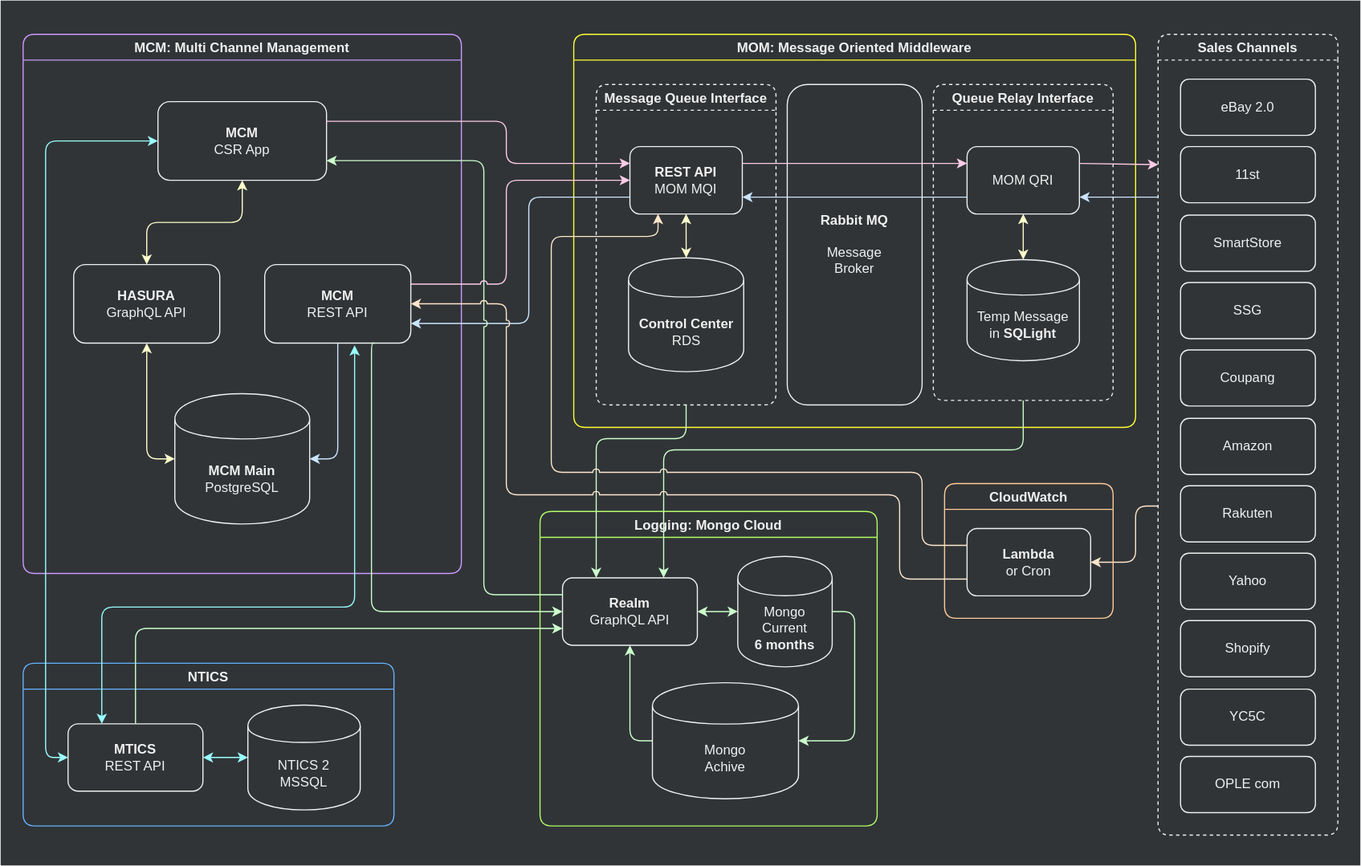
Earlier version of the draw.io export assets/.draw.io/documents/geclio2-mcm-service.svg (jiholee-ntwglobal/jiholee-ntwglobal.github.io). Source tidied: cells renumbered, new cells last; positions are measured from the earlier drawing's top-left corner, leaving out a move shared by most shapes.
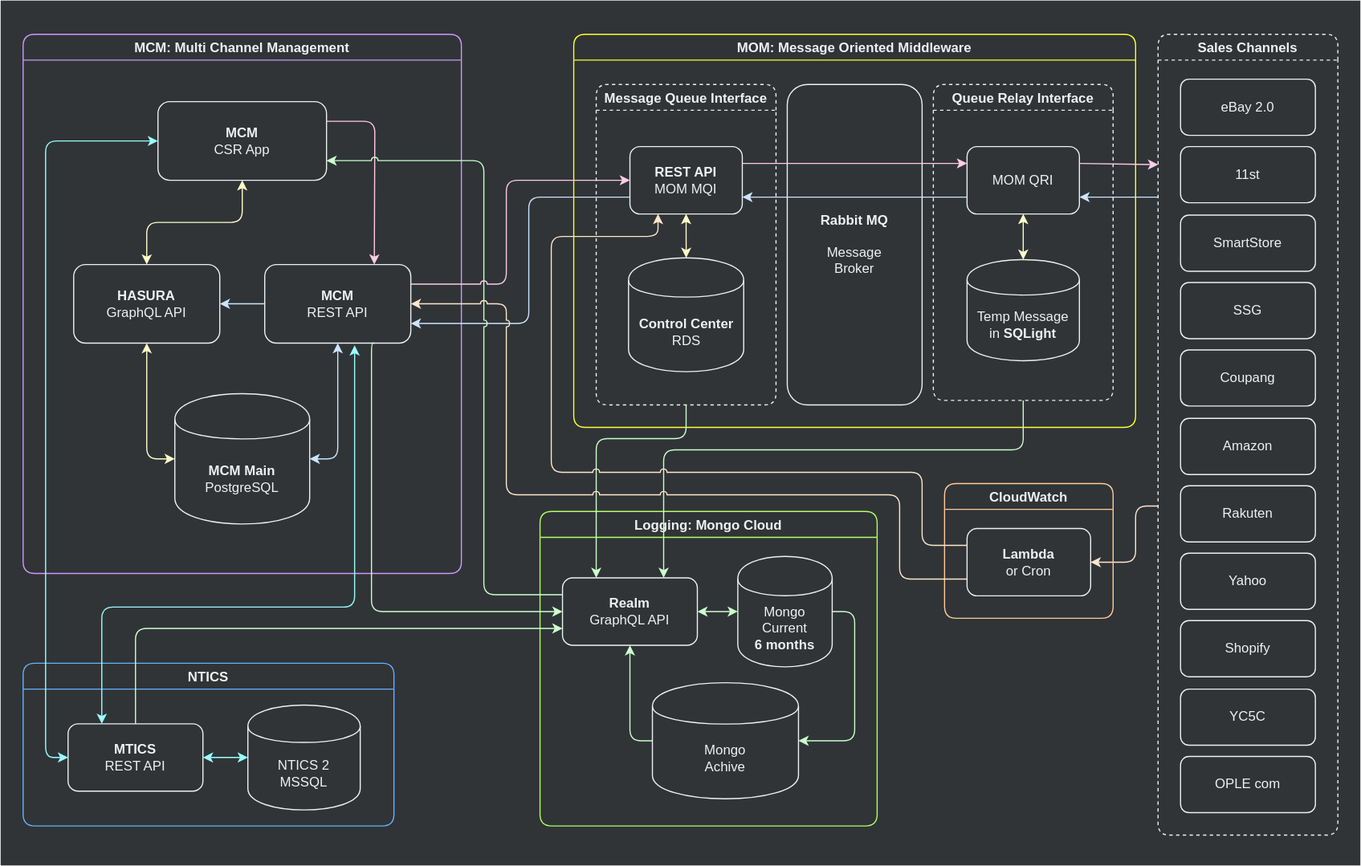
Above is the later version.

The edit, as a diff of the source:
```diff
@@ -12,6 +12,9 @@
     <mxCell id="5" value="&lt;b&gt;MCM Main&lt;/b&gt;&lt;br&gt;PostgreSQL" style="shape=cylinder;whiteSpace=wrap;html=1;boundedLbl=1;backgroundOutline=1;fillColor=none;fontColor=#F0F0F0;strokeColor=#F0F0F0;" parent="4" vertex="1">
       <mxGeometry x="135" y="320" width="120" height="116" as="geometry" />
     </mxCell>
+    <mxCell id="64" style="edgeStyle=orthogonalEdgeStyle;rounded=0;jettySize=auto;html=1;entryX=1;entryY=0.5;entryDx=0;entryDy=0;strokeColor=#CCE5FF;" parent="4" edge="1" source="6" target="11">
+      <mxGeometry relative="1" as="geometry" />
+    </mxCell>
     <mxCell id="6" value="&lt;b&gt;MCM &lt;/b&gt;&lt;br&gt;REST API" style="rounded=1;whiteSpace=wrap;html=1;fillColor=none;fontColor=#F0F0F0;strokeColor=#F0F0F0;" parent="4" vertex="1">
       <mxGeometry x="215" y="205" width="130" height="70" as="geometry" />
     </mxCell>
@@ -25,7 +28,7 @@
     <mxCell id="8" value="&lt;b&gt;MCM&lt;br&gt;&lt;/b&gt;CSR App" style="rounded=1;whiteSpace=wrap;html=1;fillColor=none;fontColor=#F0F0F0;strokeColor=#F0F0F0;" parent="4" vertex="1">
       <mxGeometry x="120" y="60" width="150" height="70" as="geometry" />
     </mxCell>
-    <mxCell id="9" style="edgeStyle=orthogonalEdgeStyle;rounded=1;jettySize=auto;html=1;strokeColor=#CCE5FF;jumpStyle=arc;entryX=1;entryY=0.5;entryDx=0;entryDy=0;exitX=0.5;exitY=1;exitDx=0;exitDy=0;" parent="4" edge="1" source="6" target="5">
+    <mxCell id="9" style="edgeStyle=orthogonalEdgeStyle;rounded=1;jettySize=auto;html=1;strokeColor=#CCE5FF;jumpStyle=arc;entryX=1;entryY=0.5;entryDx=0;entryDy=0;exitX=0.5;exitY=1;exitDx=0;exitDy=0;startArrow=classic;startFill=1;" parent="4" edge="1" source="6" target="5">
       <mxGeometry relative="1" as="geometry">
         <Array as="points">
           <mxPoint x="280" y="378" />
@@ -38,6 +41,14 @@
     <mxCell id="11" value="&lt;b&gt;HASURA&lt;/b&gt;&lt;br&gt;GraphQL API" style="rounded=1;whiteSpace=wrap;html=1;fillColor=none;fontColor=#F0F0F0;strokeColor=#F0F0F0;" parent="4" vertex="1">
       <mxGeometry x="45" y="205" width="130" height="70" as="geometry" />
     </mxCell>
+    <mxCell id="47" style="edgeStyle=orthogonalEdgeStyle;rounded=1;jettySize=auto;html=1;startArrow=none;startFill=0;exitX=1;exitY=0.25;exitDx=0;exitDy=0;strokeColor=#FFCCE6;jumpStyle=arc;entryX=0.75;entryY=0;entryDx=0;entryDy=0;" parent="4" edge="1" source="8" target="6">
+      <mxGeometry relative="1" as="geometry">
+        <Array as="points">
+          <mxPoint x="313" y="78" />
+          <mxPoint x="313" y="115" />
+        </Array>
+      </mxGeometry>
+    </mxCell>
     <mxCell id="12" value="MOM: Message Oriented Middleware" style="swimlane;rounded=1;fillColor=none;fontColor=#F0F0F0;strokeColor=#FFFF33;" parent="3" vertex="1">
       <mxGeometry x="510" y="30" width="500" height="350" as="geometry" />
     </mxCell>
@@ -170,14 +181,6 @@
     <mxCell id="46" value="OPLE com" style="rounded=1;whiteSpace=wrap;html=1;fillColor=none;fontColor=#F0F0F0;strokeColor=#F0F0F0;" parent="35" vertex="1">
       <mxGeometry x="20" y="643" width="120" height="50" as="geometry" />
     </mxCell>
-    <mxCell id="47" style="edgeStyle=orthogonalEdgeStyle;rounded=1;jettySize=auto;html=1;startArrow=none;startFill=0;exitX=1;exitY=0.25;exitDx=0;exitDy=0;strokeColor=#FFCCE6;entryX=0;entryY=0.25;entryDx=0;entryDy=0;jumpStyle=arc;" parent="3" edge="1" source="8" target="20">
-      <mxGeometry relative="1" as="geometry">
-        <Array as="points">
-          <mxPoint x="450" y="108" />
-          <mxPoint x="450" y="145" />
-        </Array>
-      </mxGeometry>
-    </mxCell>
     <mxCell id="48" style="edgeStyle=orthogonalEdgeStyle;rounded=1;jettySize=auto;html=1;startArrow=classic;startFill=1;strokeColor=#CCFFCC;exitX=0;exitY=0.5;exitDx=0;exitDy=0;endArrow=none;endFill=0;jumpStyle=arc;entryX=0.75;entryY=1;entryDx=0;entryDy=0;" parent="3" edge="1" source="26" target="6">
       <mxGeometry relative="1" as="geometry">
         <Array as="points">
```
